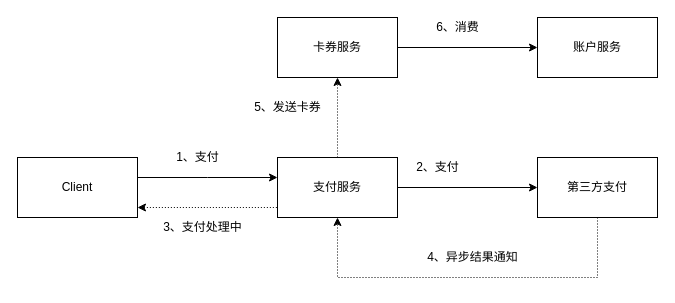
This is page "Page-18" (18 of 21) of src/blogs.drawio from ab-doc/draw.io, a draw.io file, before an edit. Source tidied: cells renumbered, new cells numbered last; positions are measured from the earlier drawing's top-left corner, leaving out a move shared by most shapes. Both pictures are drawn from the tidied source at 100%, with x=0, y=0 at pixel (17, 17).
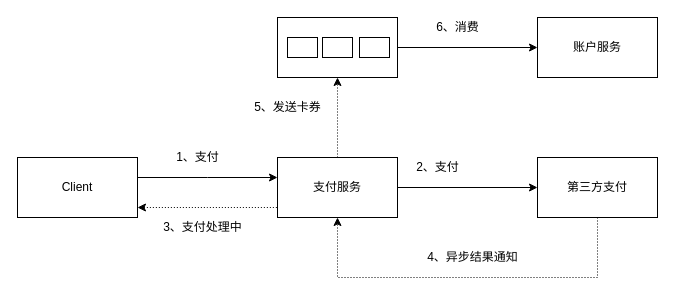
After the change.

Diff of the diagram source:
```diff
@@
-    <mxCell id="11" value="卡券服务" style="rounded=0;whiteSpace=wrap;html=1;" parent="1" vertex="1">
+    <mxCell id="11" style="rounded=0;whiteSpace=wrap;html=1;" parent="1" vertex="1">
       <mxGeometry x="260" width="120" height="60" as="geometry" />
     </mxCell>
@@
+    <mxCell id="19" style="rounded=0;whiteSpace=wrap;html=1;" parent="1" vertex="1">
+      <mxGeometry x="270" y="20" width="30" height="20" as="geometry" />
+    </mxCell>
+    <mxCell id="20" style="rounded=0;whiteSpace=wrap;html=1;" parent="1" vertex="1">
+      <mxGeometry x="305" y="20" width="30" height="20" as="geometry" />
+    </mxCell>
+    <mxCell id="21" style="rounded=0;whiteSpace=wrap;html=1;" parent="1" vertex="1">
+      <mxGeometry x="342" y="20" width="30" height="20" as="geometry" />
+    </mxCell>
```
